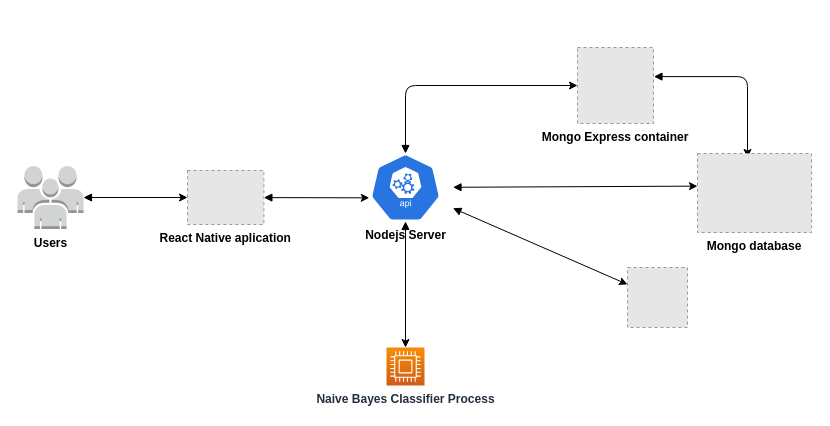
Above: Documentation/Achitecture.drawio in VictorVMHC/Located.API (draw.io), before the change. Source tidied: cells renumbered, new cells numbered last; positions are measured from the earlier drawing's top-left corner, leaving out a move shared by most shapes. Both pictures are drawn from the tidied source at 100%, with x=0, y=0 at pixel (17, 47). Pictures stored in the file or linked from it are replaced by grey dashed boxes.
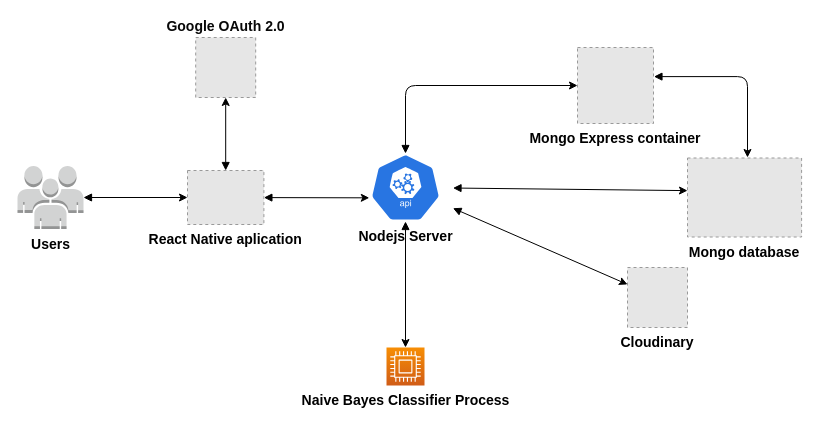
The same diagram, later.

What changed in the source:
```diff
@@
-    <mxCell id="6" value="Nodejs Server" style="sketch=0;html=1;dashed=0;whitespace=wrap;fillColor=#2875E2;strokeColor=#ffffff;points=[[0.005,0.63,0],[0.1,0.2,0],[0.9,0.2,0],[0.5,0,0],[0.995,0.63,0],[0.72,0.99,0],[0.5,1,0],[0.28,0.99,0]];verticalLabelPosition=bottom;align=center;verticalAlign=top;shape=mxgraph.kubernetes.icon;prIcon=api;fontColor=#000000;fontStyle=1;" parent="1" vertex="1">
+    <mxCell id="6" value="Nodejs Server" style="sketch=0;html=1;dashed=0;whitespace=wrap;fillColor=#2875E2;strokeColor=#ffffff;points=[[0.005,0.63,0],[0.1,0.2,0],[0.9,0.2,0],[0.5,0,0],[0.995,0.63,0],[0.72,0.99,0],[0.5,1,0],[0.28,0.99,0]];verticalLabelPosition=bottom;align=center;verticalAlign=top;shape=mxgraph.kubernetes.icon;prIcon=api;fontColor=#000000;fontStyle=1;fontSize=14;" parent="1" vertex="1">
       <mxGeometry x="340.5" y="106" width="95" height="68" as="geometry" />
     </mxCell>
@@
-    <mxCell id="8" value="Naive Bayes Classifier Process" style="sketch=0;points=[[0,0,0],[0.25,0,0],[0.5,0,0],[0.75,0,0],[1,0,0],[0,1,0],[0.25,1,0],[0.5,1,0],[0.75,1,0],[1,1,0],[0,0.25,0],[0,0.5,0],[0,0.75,0],[1,0.25,0],[1,0.5,0],[1,0.75,0]];outlineConnect=0;fontColor=#232F3E;gradientColor=#F78E04;gradientDirection=north;fillColor=#D05C17;strokeColor=#ffffff;dashed=0;verticalLabelPosition=bottom;verticalAlign=top;align=center;html=1;fontSize=12;fontStyle=1;shape=mxgraph.aws4.resourceIcon;resIcon=mxgraph.aws4.compute;" parent="1" vertex="1">
+    <mxCell id="8" value="&lt;font style=&quot;font-size: 14px;&quot;&gt;Naive Bayes Classifier Process&lt;/font&gt;" style="sketch=0;points=[[0,0,0],[0.25,0,0],[0.5,0,0],[0.75,0,0],[1,0,0],[0,1,0],[0.25,1,0],[0.5,1,0],[0.75,1,0],[1,1,0],[0,0.25,0],[0,0.5,0],[0,0.75,0],[1,0.25,0],[1,0.5,0],[1,0.75,0]];outlineConnect=0;fontColor=#000000;gradientColor=#F78E04;gradientDirection=north;fillColor=#D05C17;strokeColor=#ffffff;dashed=0;verticalLabelPosition=bottom;verticalAlign=top;align=center;html=1;fontSize=14;fontStyle=1;shape=mxgraph.aws4.resourceIcon;resIcon=mxgraph.aws4.compute;" parent="1" vertex="1">
       <mxGeometry x="369" y="300" width="38" height="38" as="geometry" />
     </mxCell>
@@
-    <mxCell id="10" value="Users" style="outlineConnect=0;dashed=0;verticalLabelPosition=bottom;verticalAlign=top;align=center;html=1;shape=mxgraph.aws3.users;fillColor=#D2D3D3;gradientColor=none;fontColor=#000000;fontStyle=1;" parent="1" vertex="1">
+    <mxCell id="10" value="Users" style="outlineConnect=0;dashed=0;verticalLabelPosition=bottom;verticalAlign=top;align=center;html=1;shape=mxgraph.aws3.users;fillColor=#D2D3D3;gradientColor=none;fontColor=#000000;fontStyle=1;fontSize=14;" parent="1" vertex="1">
       <mxGeometry y="118.5" width="66" height="63" as="geometry" />
     </mxCell>
@@
-    <mxCell id="12" value="Mongo database" style="fillColor=#E6E6E6;strokeColor=#999999;dashed=1;verticalLabelPosition=bottom;labelBackgroundColor=none;verticalAlign=top;fontColor=#000000;fontStyle=1;" parent="1" vertex="1">
-      <mxGeometry x="680" y="106" width="114.1" height="79" as="geometry" />
+    <mxCell id="12" value="Mongo database" style="fillColor=#E6E6E6;strokeColor=#999999;dashed=1;verticalLabelPosition=bottom;labelBackgroundColor=none;verticalAlign=top;fontColor=#000000;fontStyle=1;fontSize=14;" parent="1" vertex="1">
+      <mxGeometry x="670" y="110.5" width="114.1" height="79" as="geometry" />
     </mxCell>
-    <mxCell id="13" value="Mongo Express container" style="fillColor=#E6E6E6;strokeColor=#999999;dashed=1;verticalLabelPosition=bottom;labelBackgroundColor=none;verticalAlign=top;fontStyle=1;fontColor=#000000;" parent="1" vertex="1">
+    <mxCell id="13" value="Mongo Express container" style="fillColor=#E6E6E6;strokeColor=#999999;dashed=1;verticalLabelPosition=bottom;labelBackgroundColor=none;verticalAlign=top;fontStyle=1;fontColor=#000000;fontSize=14;" parent="1" vertex="1">
       <mxGeometry x="560" width="76" height="76" as="geometry" />
     </mxCell>
-    <mxCell id="14" style="fillColor=#E6E6E6;strokeColor=#999999;dashed=1;verticalLabelPosition=bottom;labelBackgroundColor=default;verticalAlign=top;" parent="1" vertex="1">
+    <mxCell id="14" value="Cloudinary" style="fillColor=#E6E6E6;strokeColor=#999999;dashed=1;verticalLabelPosition=bottom;labelBackgroundColor=none;verticalAlign=top;fontSize=14;fontColor=#000000;fontStyle=1;" parent="1" vertex="1">
       <mxGeometry x="610" y="220" width="60" height="60" as="geometry" />
     </mxCell>
-    <mxCell id="15" value="React Native aplication" style="fillColor=#E6E6E6;strokeColor=#999999;dashed=1;verticalLabelPosition=bottom;labelBackgroundColor=none;verticalAlign=top;fontColor=#000000;fontStyle=1;" parent="1" vertex="1">
+    <mxCell id="15" value="React Native aplication" style="fillColor=#E6E6E6;strokeColor=#999999;dashed=1;verticalLabelPosition=bottom;labelBackgroundColor=none;verticalAlign=top;fontColor=#000000;fontStyle=1;fontSize=14;" parent="1" vertex="1">
       <mxGeometry x="170" y="123" width="76.4" height="54" as="geometry" />
     </mxCell>
+    <mxCell id="16" value="&lt;font style=&quot;font-size: 14px;&quot;&gt;Google OAuth 2.0&lt;/font&gt;" style="fillColor=#E6E6E6;strokeColor=#999999;dashed=1;verticalLabelPosition=top;labelBackgroundColor=none;verticalAlign=bottom;fontColor=#080808;html=1;fontStyle=1;align=center;labelPosition=center;" parent="1" vertex="1">
+      <mxGeometry x="178.2" y="-10" width="60" height="60" as="geometry" />
+    </mxCell>
+    <mxCell id="17" style="edgeStyle=none;html=1;entryX=0.5;entryY=1;entryDx=0;entryDy=0;strokeColor=#000000;fontColor=#000000;startArrow=block;startFill=1;fillColor=#000000;exitX=0.5;exitY=0;exitDx=0;exitDy=0;" parent="1" edge="1" source="15" target="16">
+      <mxGeometry relative="1" as="geometry" />
+    </mxCell>
```
